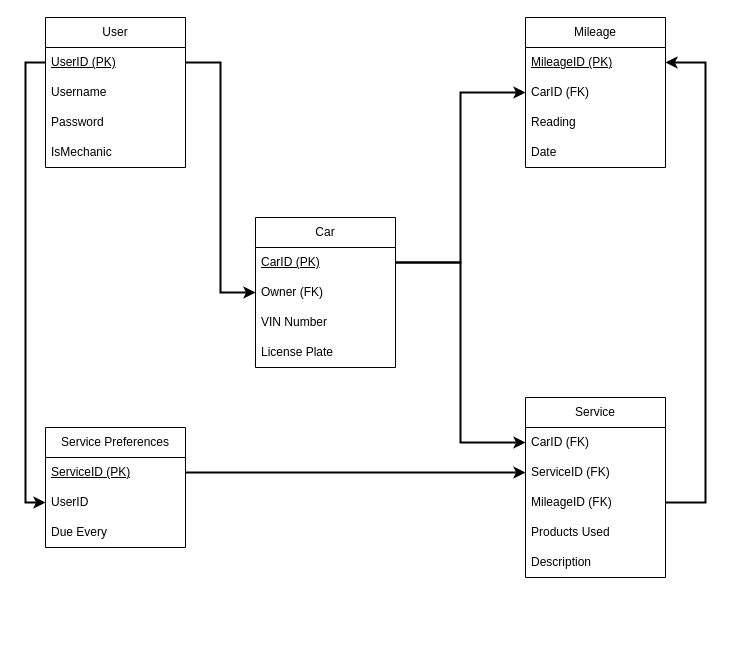
This is EDR/ERD.drawio from Danny-Erikson/MileageMate, a draw.io file, before an edit. Source tidied: cells renumbered, new cells numbered last; positions are measured from the earlier drawing's top-left corner, leaving out a move shared by most shapes. Both pictures are drawn from the tidied source at 100%, with x=0, y=0 at pixel (45, 17).
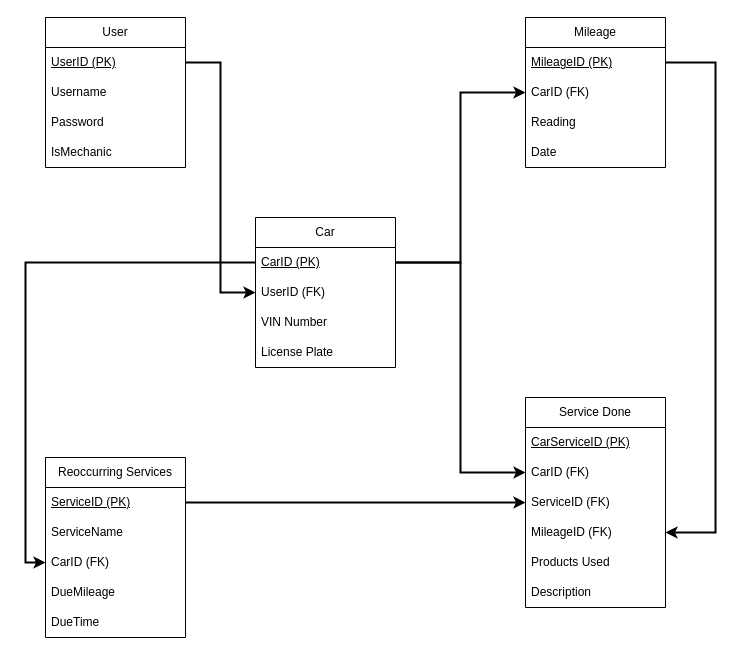
The same page after the edit.

Unchanged cells that the change refers to:
```xml
<mxCell id="3" value="&lt;u&gt;UserID (PK)&lt;/u&gt;" style="text;strokeColor=none;fillColor=none;align=left;verticalAlign=middle;spacingLeft=4;spacingRight=4;overflow=hidden;points=[[0,0.5],[1,0.5]];portConstraint=eastwest;whiteSpace=wrap;html=1;" parent="2" vertex="1">
  <mxGeometry y="30" width="140" height="30" as="geometry" />
</mxCell>
<mxCell id="7" value="Car" style="swimlane;fontStyle=0;horizontal=1;startSize=30;whiteSpace=wrap;html=1;" parent="1" vertex="1">
  <mxGeometry x="210" y="200" width="140" height="150" as="geometry" />
</mxCell>
<mxCell id="8" value="&lt;u&gt;CarID (PK)&lt;/u&gt;" style="text;strokeColor=none;fillColor=none;align=left;verticalAlign=middle;spacingLeft=4;spacingRight=4;overflow=hidden;points=[[0,0.5],[1,0.5]];portConstraint=eastwest;whiteSpace=wrap;html=1;" parent="7" vertex="1">
  <mxGeometry y="30" width="140" height="30" as="geometry" />
</mxCell>
<mxCell id="19" value="&lt;u&gt;MileageID (PK)&lt;/u&gt;" style="text;strokeColor=none;fillColor=none;align=left;verticalAlign=middle;spacingLeft=4;spacingRight=4;overflow=hidden;points=[[0,0.5],[1,0.5]];portConstraint=eastwest;whiteSpace=wrap;html=1;" parent="18" vertex="1">
  <mxGeometry y="30" width="140" height="30" as="geometry" />
</mxCell>
```

The edit, as a diff of the source:
```diff
@@
-    <mxCell id="9" value="Owner (FK)" style="text;strokeColor=none;fillColor=none;align=left;verticalAlign=middle;spacingLeft=4;spacingRight=4;overflow=hidden;points=[[0,0.5],[1,0.5]];portConstraint=eastwest;whiteSpace=wrap;html=1;" parent="7" vertex="1">
+    <mxCell id="9" value="UserID (FK)" style="text;strokeColor=none;fillColor=none;align=left;verticalAlign=middle;spacingLeft=4;spacingRight=4;overflow=hidden;points=[[0,0.5],[1,0.5]];portConstraint=eastwest;whiteSpace=wrap;html=1;" parent="7" vertex="1">
       <mxGeometry y="60" width="140" height="30" as="geometry" />
     </mxCell>
@@
-    <mxCell id="13" value="Service Preferences" style="swimlane;fontStyle=0;horizontal=1;startSize=30;whiteSpace=wrap;html=1;" parent="1" vertex="1">
-      <mxGeometry y="410" width="140" height="120" as="geometry" />
+    <mxCell id="13" value="Reoccurring Services" style="swimlane;fontStyle=0;horizontal=1;startSize=30;whiteSpace=wrap;html=1;" parent="1" vertex="1">
+      <mxGeometry y="440" width="140" height="180" as="geometry" />
     </mxCell>
@@
+    <mxCell id="33" value="ServiceName" style="text;strokeColor=none;fillColor=none;align=left;verticalAlign=middle;spacingLeft=4;spacingRight=4;overflow=hidden;whiteSpace=wrap;html=1;" parent="13" vertex="1">
+      <mxGeometry y="60" width="140" height="30" as="geometry" />
+    </mxCell>
-    <mxCell id="15" value="UserID" style="text;strokeColor=none;fillColor=none;align=left;verticalAlign=middle;spacingLeft=4;spacingRight=4;overflow=hidden;points=[[0,0.5],[1,0.5]];portConstraint=eastwest;whiteSpace=wrap;html=1;" parent="13" vertex="1">
-      <mxGeometry y="60" width="140" height="30" as="geometry" />
+    <mxCell id="15" value="CarID (FK)" style="text;strokeColor=none;fillColor=none;align=left;verticalAlign=middle;spacingLeft=4;spacingRight=4;overflow=hidden;points=[[0,0.5],[1,0.5]];portConstraint=eastwest;whiteSpace=wrap;html=1;" parent="13" vertex="1">
+      <mxGeometry y="90" width="140" height="30" as="geometry" />
     </mxCell>
-    <mxCell id="16" value="Due Every" style="text;strokeColor=none;fillColor=none;align=left;verticalAlign=middle;spacingLeft=4;spacingRight=4;overflow=hidden;whiteSpace=wrap;html=1;" parent="13" vertex="1">
-      <mxGeometry y="90" width="140" height="30" as="geometry" />
+    <mxCell id="16" value="DueMileage" style="text;strokeColor=none;fillColor=none;align=left;verticalAlign=middle;spacingLeft=4;spacingRight=4;overflow=hidden;whiteSpace=wrap;html=1;" parent="13" vertex="1">
+      <mxGeometry y="120" width="140" height="30" as="geometry" />
     </mxCell>
-    <mxCell id="17" style="edgeStyle=orthogonalEdgeStyle;rounded=0;jettySize=auto;html=1;exitX=0;exitY=0.5;exitDx=0;exitDy=0;entryX=0;entryY=0.5;entryDx=0;entryDy=0;strokeWidth=2;" parent="1" edge="1" source="3" target="15">
-      <mxGeometry relative="1" as="geometry" />
-    </mxCell>
+    <mxCell id="34" value="DueTime" style="text;strokeColor=none;fillColor=none;align=left;verticalAlign=middle;spacingLeft=4;spacingRight=4;overflow=hidden;whiteSpace=wrap;html=1;" parent="13" vertex="1">
+      <mxGeometry y="150" width="140" height="30" as="geometry" />
+    </mxCell>
@@
-    <mxCell id="24" value="Service" style="swimlane;fontStyle=0;horizontal=1;startSize=30;whiteSpace=wrap;html=1;" parent="1" vertex="1">
-      <mxGeometry x="480" y="380" width="140" height="180" as="geometry" />
+    <mxCell id="24" value="Service Done" style="swimlane;fontStyle=0;horizontal=1;startSize=30;whiteSpace=wrap;html=1;" parent="1" vertex="1">
+      <mxGeometry x="480" y="380" width="140" height="210" as="geometry" />
     </mxCell>
+    <mxCell id="35" value="&lt;u&gt;CarServiceID (PK)&lt;/u&gt;" style="text;strokeColor=none;fillColor=none;align=left;verticalAlign=middle;spacingLeft=4;spacingRight=4;overflow=hidden;whiteSpace=wrap;html=1;" parent="24" vertex="1">
+      <mxGeometry y="30" width="140" height="30" as="geometry" />
+    </mxCell>
     <mxCell id="25" value="CarID (FK)" style="text;strokeColor=none;fillColor=none;align=left;verticalAlign=middle;spacingLeft=4;spacingRight=4;overflow=hidden;points=[[0,0.5],[1,0.5]];portConstraint=eastwest;whiteSpace=wrap;html=1;" parent="24" vertex="1">
-      <mxGeometry y="30" width="140" height="30" as="geometry" />
+      <mxGeometry y="60" width="140" height="30" as="geometry" />
     </mxCell>
     <mxCell id="26" value="ServiceID (FK)" style="text;strokeColor=none;fillColor=none;align=left;verticalAlign=middle;spacingLeft=4;spacingRight=4;overflow=hidden;points=[[0,0.5],[1,0.5]];portConstraint=eastwest;whiteSpace=wrap;html=1;" parent="24" vertex="1">
-      <mxGeometry y="60" width="140" height="30" as="geometry" />
+      <mxGeometry y="90" width="140" height="30" as="geometry" />
     </mxCell>
     <mxCell id="27" value="MileageID (FK)" style="text;strokeColor=none;fillColor=none;align=left;verticalAlign=middle;spacingLeft=4;spacingRight=4;overflow=hidden;points=[[0,0.5],[1,0.5]];portConstraint=eastwest;whiteSpace=wrap;html=1;" parent="24" vertex="1">
-      <mxGeometry y="90" width="140" height="30" as="geometry" />
+      <mxGeometry y="120" width="140" height="30" as="geometry" />
     </mxCell>
     <mxCell id="28" value="Products Used" style="text;strokeColor=none;fillColor=none;align=left;verticalAlign=middle;spacingLeft=4;spacingRight=4;overflow=hidden;whiteSpace=wrap;html=1;" parent="24" vertex="1">
-      <mxGeometry y="120" width="140" height="30" as="geometry" />
+      <mxGeometry y="150" width="140" height="30" as="geometry" />
     </mxCell>
     <mxCell id="29" value="Description" style="text;strokeColor=none;fillColor=none;align=left;verticalAlign=middle;spacingLeft=4;spacingRight=4;overflow=hidden;whiteSpace=wrap;html=1;" parent="24" vertex="1">
-      <mxGeometry y="150" width="140" height="30" as="geometry" />
+      <mxGeometry y="180" width="140" height="30" as="geometry" />
     </mxCell>
@@
-    <mxCell id="32" style="edgeStyle=orthogonalEdgeStyle;rounded=0;jettySize=auto;html=1;entryX=1;entryY=0.5;entryDx=0;entryDy=0;strokeWidth=2;" parent="1" edge="1" source="27" target="19">
-      <mxGeometry relative="1" as="geometry">
-        <Array as="points">
-          <mxPoint x="660" y="485" />
-          <mxPoint x="660" y="45" />
-        </Array>
-      </mxGeometry>
-    </mxCell>
+    <mxCell id="36" style="edgeStyle=orthogonalEdgeStyle;rounded=0;jettySize=auto;html=1;entryX=1;entryY=0.5;entryDx=0;entryDy=0;exitX=1;exitY=0.5;exitDx=0;exitDy=0;strokeWidth=2;" parent="1" edge="1" source="19" target="27">
+      <mxGeometry relative="1" as="geometry">
+        <Array as="points">
+          <mxPoint x="670" y="45" />
+          <mxPoint x="670" y="515" />
+        </Array>
+      </mxGeometry>
+    </mxCell>
+    <mxCell id="37" style="edgeStyle=orthogonalEdgeStyle;rounded=0;jettySize=auto;html=1;entryX=0;entryY=0.5;entryDx=0;entryDy=0;strokeWidth=2;" parent="1" edge="1" source="8" target="15">
+      <mxGeometry relative="1" as="geometry" />
+    </mxCell>
```
